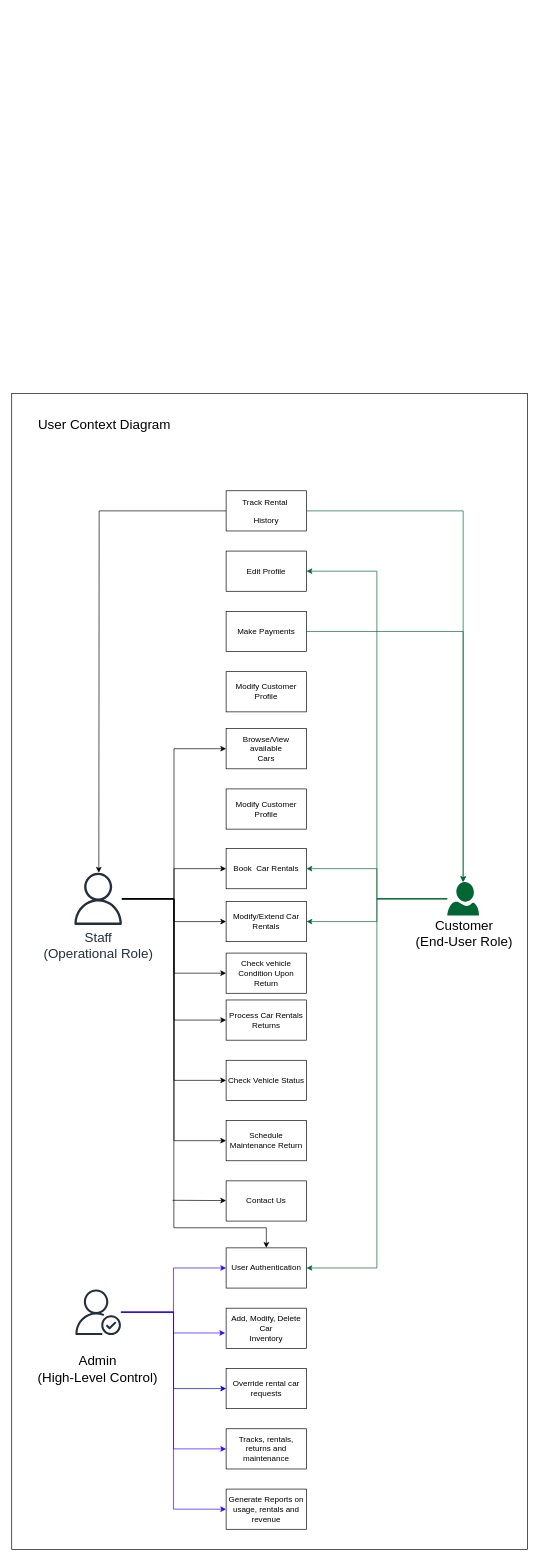
Before: Resources/Requirements & Specifications/User Context Diagram.drawio in rukky0123/COSC3506-001XE, a draw.io diagram. Source tidied: cells renumbered, new cells numbered last; positions are measured from the earlier drawing's top-left corner, leaving out a move shared by most shapes. Both pictures are drawn from the tidied source at 67%, with x=0, y=0 at pixel (11, 393).
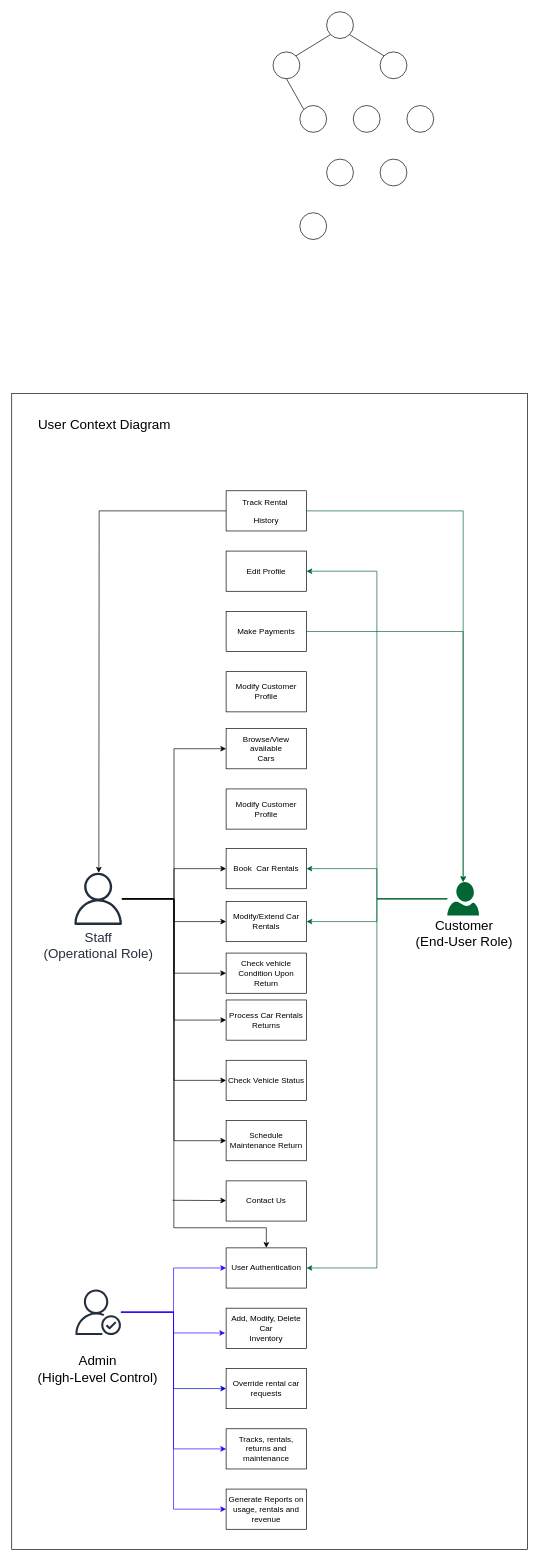
After the change.

What changed in the source:
```diff
@@
+    <mxCell id="48" style="ellipse;whiteSpace=wrap;html=1;" parent="1" vertex="1">
+      <mxGeometry x="470" y="-570" width="40" height="40" as="geometry" />
+    </mxCell>
+    <mxCell id="49" style="ellipse;whiteSpace=wrap;html=1;" parent="1" vertex="1">
+      <mxGeometry x="430" y="-270" width="40" height="40" as="geometry" />
+    </mxCell>
+    <mxCell id="50" style="ellipse;whiteSpace=wrap;html=1;" parent="1" vertex="1">
+      <mxGeometry x="390" y="-510" width="40" height="40" as="geometry" />
+    </mxCell>
+    <mxCell id="51" style="ellipse;whiteSpace=wrap;html=1;" parent="1" vertex="1">
+      <mxGeometry x="470" y="-350" width="40" height="40" as="geometry" />
+    </mxCell>
+    <mxCell id="52" style="ellipse;whiteSpace=wrap;html=1;" parent="1" vertex="1">
+      <mxGeometry x="509.8" y="-430" width="40" height="40" as="geometry" />
+    </mxCell>
+    <mxCell id="53" style="ellipse;whiteSpace=wrap;html=1;" parent="1" vertex="1">
+      <mxGeometry x="589.8" y="-430" width="40" height="40" as="geometry" />
+    </mxCell>
+    <mxCell id="54" style="ellipse;whiteSpace=wrap;html=1;" parent="1" vertex="1">
+      <mxGeometry x="430" y="-430" width="40" height="40" as="geometry" />
+    </mxCell>
+    <mxCell id="55" style="ellipse;whiteSpace=wrap;html=1;" parent="1" vertex="1">
+      <mxGeometry x="549.8" y="-510" width="40" height="40" as="geometry" />
+    </mxCell>
+    <mxCell id="56" style="ellipse;whiteSpace=wrap;html=1;" parent="1" vertex="1">
+      <mxGeometry x="549.8" y="-350" width="40" height="40" as="geometry" />
+    </mxCell>
+    <mxCell id="57" style="endArrow=none;html=1;rounded=0;entryX=0;entryY=1;entryDx=0;entryDy=0;exitX=1;exitY=0;exitDx=0;exitDy=0;" parent="1" edge="1" source="50" target="48">
+      <mxGeometry relative="1" as="geometry" />
+    </mxCell>
+    <mxCell id="58" style="endArrow=none;html=1;rounded=0;exitX=1;exitY=1;exitDx=0;exitDy=0;entryX=0;entryY=0;entryDx=0;entryDy=0;" parent="1" edge="1" source="48" target="55">
+      <mxGeometry relative="1" as="geometry" />
+    </mxCell>
+    <mxCell id="59" style="endArrow=none;html=1;rounded=0;entryX=0.5;entryY=1;entryDx=0;entryDy=0;exitX=0;exitY=0;exitDx=0;exitDy=0;" parent="1" edge="1" source="54" target="50">
+      <mxGeometry relative="1" as="geometry" />
+    </mxCell>
```
